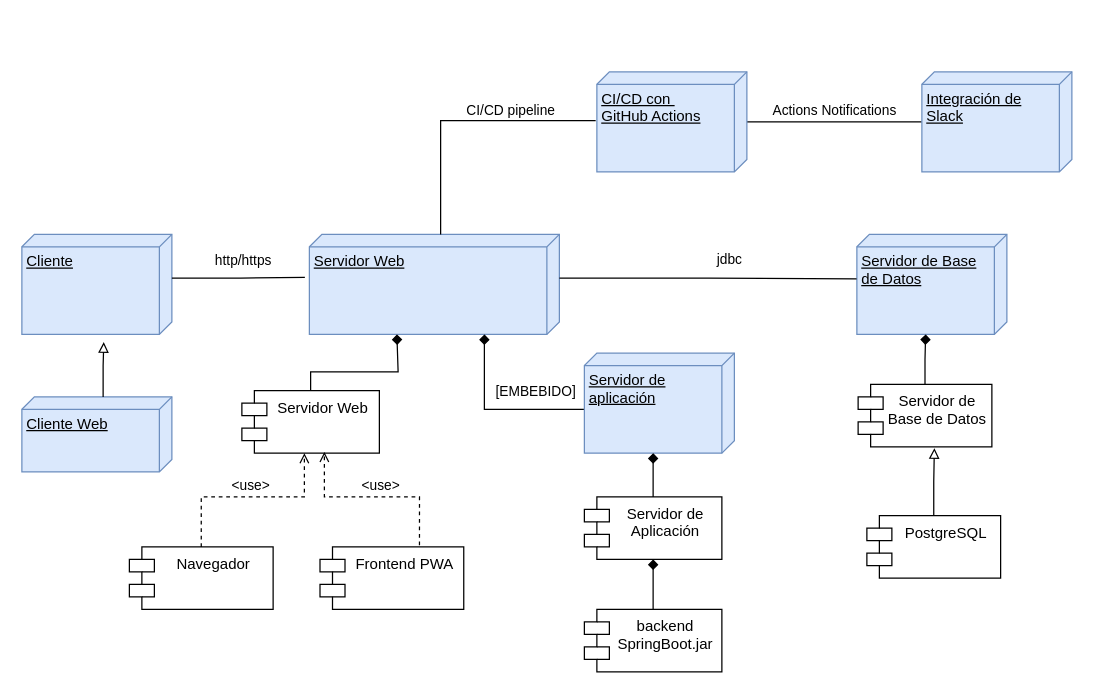
Before: despliegue.drawio in iwvg-hugo/TFM, a draw.io diagram. Source tidied: cells renumbered, new cells numbered last; positions are measured from the earlier drawing's top-left corner, leaving out a move shared by most shapes. Both pictures are drawn from the tidied source at 125%, with x=0, y=0 at pixel (21, 71).
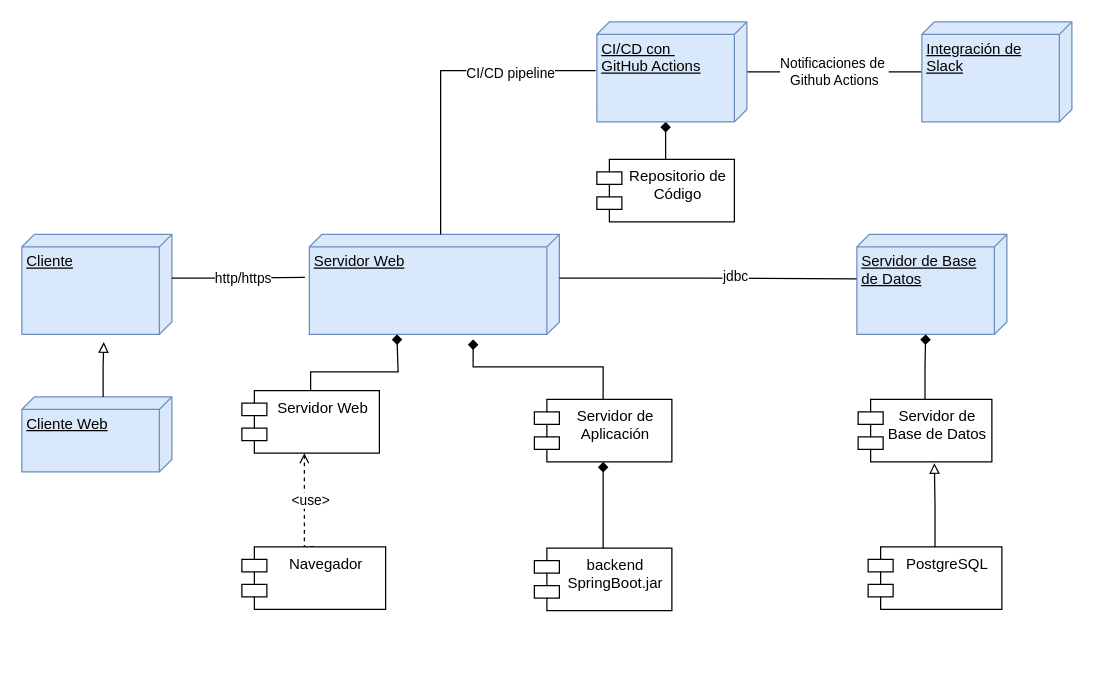
After the change.

The change refers to these unchanged cells:
```xml
<mxCell id="2" value="Servidor Web" style="shape=module;align=left;spacingLeft=20;align=center;verticalAlign=top;whiteSpace=wrap;html=1;" parent="1" vertex="1">
  <mxGeometry x="176" y="255" width="110" height="50" as="geometry" />
</mxCell>
<mxCell id="4" value="Servidor Web" style="verticalAlign=top;align=left;spacingTop=8;spacingLeft=2;spacingRight=12;shape=cube;size=10;direction=south;fontStyle=4;html=1;whiteSpace=wrap;fillColor=#dae8fc;strokeColor=#6c8ebf;" parent="1" vertex="1">
  <mxGeometry x="230" y="130" width="200" height="80" as="geometry" />
</mxCell>
<mxCell id="16" style="edgeStyle=orthogonalEdgeStyle;rounded=0;jettySize=auto;html=1;endArrow=none;endFill=0;" parent="1" edge="1" source="18" target="22">
  <mxGeometry relative="1" as="geometry" />
</mxCell>
<mxCell id="23" style="edgeStyle=orthogonalEdgeStyle;rounded=0;jettySize=auto;html=1;exitX=0;exitY=0;exitDx=35;exitDy=0;exitPerimeter=0;entryX=0.43;entryY=1.018;entryDx=0;entryDy=0;entryPerimeter=0;endArrow=none;endFill=0;" parent="1" edge="1" source="3" target="4">
  <mxGeometry relative="1" as="geometry" />
</mxCell>
<mxCell id="25" style="edgeStyle=orthogonalEdgeStyle;rounded=0;jettySize=auto;html=1;exitX=0;exitY=0;exitDx=35;exitDy=0;exitPerimeter=0;entryX=0.445;entryY=1.002;entryDx=0;entryDy=0;entryPerimeter=0;endArrow=none;endFill=0;" parent="1" edge="1" source="4" target="5">
  <mxGeometry relative="1" as="geometry" />
</mxCell>
<mxCell id="32" style="edgeStyle=orthogonalEdgeStyle;rounded=0;jettySize=auto;html=1;exitX=0;exitY=0;exitDx=0;exitDy=95;exitPerimeter=0;entryX=0.488;entryY=1.008;entryDx=0;entryDy=0;entryPerimeter=0;endArrow=none;endFill=0;" parent="1" edge="1" source="4" target="18">
  <mxGeometry relative="1" as="geometry" />
</mxCell>
```

Change to the diagram source:
```diff
@@
-    <mxCell id="6" style="edgeStyle=orthogonalEdgeStyle;rounded=0;jettySize=auto;html=1;exitX=0.692;exitY=-0.027;exitDx=0;exitDy=0;dashed=1;endArrow=open;endFill=0;entryX=0.6;entryY=0.98;entryDx=0;entryDy=0;exitPerimeter=0;entryPerimeter=0;" parent="1" edge="1" source="8" target="2">
-      <mxGeometry relative="1" as="geometry">
-        <Array as="points">
-          <mxPoint x="318" y="340" />
-          <mxPoint x="242" y="340" />
-        </Array>
-      </mxGeometry>
-    </mxCell>
-    <mxCell id="7" value="&amp;lt;use&amp;gt;" style="edgeLabel;html=1;align=center;verticalAlign=middle;" parent="6" vertex="1">
-      <mxGeometry x="-0.41" y="-1" relative="1" as="geometry">
-        <mxPoint x="-26" y="-9" as="offset" />
-      </mxGeometry>
-    </mxCell>
-    <mxCell id="8" value="Frontend PWA" style="shape=module;align=left;spacingLeft=20;align=center;verticalAlign=top;whiteSpace=wrap;html=1;" parent="1" vertex="1">
-      <mxGeometry x="238.5" y="380" width="115" height="50" as="geometry" />
-    </mxCell>
@@
     <mxCell id="10" value="Servidor de Base de Datos" style="shape=module;align=left;spacingLeft=20;align=center;verticalAlign=top;whiteSpace=wrap;html=1;" parent="1" vertex="1">
-      <mxGeometry x="669" y="250" width="107" height="50" as="geometry" />
+      <mxGeometry x="669" y="262" width="107" height="50" as="geometry" />
     </mxCell>
     <mxCell id="11" value="PostgreSQL" style="shape=module;align=left;spacingLeft=20;align=center;verticalAlign=top;whiteSpace=wrap;html=1;" parent="1" vertex="1">
-      <mxGeometry x="676" y="355" width="107" height="50" as="geometry" />
+      <mxGeometry x="677" y="380" width="107" height="50" as="geometry" />
     </mxCell>
@@
     <mxCell id="13" style="edgeStyle=orthogonalEdgeStyle;rounded=0;jettySize=auto;html=1;exitX=0.5;exitY=0;exitDx=0;exitDy=0;dashed=1;endArrow=open;endFill=0;" parent="1" edge="1" source="15">
       <mxGeometry relative="1" as="geometry">
         <mxPoint x="226" y="305" as="targetPoint" />
         <Array as="points">
-          <mxPoint x="144" y="340" />
-          <mxPoint x="226" y="340" />
+          <mxPoint x="226" y="380" />
         </Array>
       </mxGeometry>
     </mxCell>
     <mxCell id="14" value="&amp;lt;use&amp;gt;" style="edgeLabel;html=1;align=center;verticalAlign=middle;" parent="13" vertex="1">
       <mxGeometry x="0.13" y="1" relative="1" as="geometry">
-        <mxPoint x="-10" y="-9" as="offset" />
+        <mxPoint x="5" y="2" as="offset" />
       </mxGeometry>
     </mxCell>
     <mxCell id="15" value="Navegador" style="shape=module;align=left;spacingLeft=20;align=center;verticalAlign=top;whiteSpace=wrap;html=1;" parent="1" vertex="1">
-      <mxGeometry x="86" y="380" width="115" height="50" as="geometry" />
+      <mxGeometry x="176" y="380" width="115" height="50" as="geometry" />
     </mxCell>
@@
-    <mxCell id="17" value="Actions Notifications" style="edgeLabel;html=1;align=center;verticalAlign=middle;" parent="16" vertex="1">
+    <mxCell id="17" value="Notificaciones de&amp;nbsp;&lt;div&gt;Github Actions&lt;/div&gt;" style="edgeLabel;html=1;align=center;verticalAlign=middle;" parent="16" vertex="1">
       <mxGeometry x="-0.1" y="-2" relative="1" as="geometry">
-        <mxPoint x="6" y="-12" as="offset" />
+        <mxPoint x="6" y="-3" as="offset" />
       </mxGeometry>
     </mxCell>
+    <mxCell id="36" style="edgeStyle=orthogonalEdgeStyle;rounded=0;jettySize=auto;html=1;exitX=0;exitY=0;exitDx=80;exitDy=65;exitPerimeter=0;entryX=0.5;entryY=0;entryDx=0;entryDy=0;endArrow=none;endFill=0;startArrow=diamond;startFill=1;" parent="1" edge="1" source="18" target="37">
+      <mxGeometry relative="1" as="geometry" />
+    </mxCell>
     <mxCell id="18" value="CI/CD con&amp;nbsp;&lt;div&gt;GitHub Actions&lt;/div&gt;" style="verticalAlign=top;align=left;spacingTop=8;spacingLeft=2;spacingRight=12;shape=cube;size=10;direction=south;fontStyle=4;html=1;whiteSpace=wrap;fillColor=#dae8fc;strokeColor=#6c8ebf;" parent="1" vertex="1">
-      <mxGeometry x="460" width="120" height="80" as="geometry" />
+      <mxGeometry x="460" y="-40" width="120" height="80" as="geometry" />
     </mxCell>
-    <mxCell id="19" style="edgeStyle=orthogonalEdgeStyle;rounded=0;jettySize=auto;html=1;endArrow=diamond;endFill=1;exitX=0;exitY=0;exitDx=45;exitDy=120;exitPerimeter=0;" parent="1" edge="1" source="21">
-      <mxGeometry relative="1" as="geometry">
-        <mxPoint x="370" y="210" as="targetPoint" />
-        <Array as="points">
-          <mxPoint x="370" y="270" />
-        </Array>
-      </mxGeometry>
-    </mxCell>
-    <mxCell id="20" value="[EMBEBIDO]" style="edgeLabel;html=1;align=center;verticalAlign=middle;" parent="19" vertex="1">
-      <mxGeometry x="-0.39" y="1" relative="1" as="geometry">
-        <mxPoint x="3" y="-16" as="offset" />
-      </mxGeometry>
-    </mxCell>
-    <mxCell id="21" value="Servidor de aplicación" style="verticalAlign=top;align=left;spacingTop=8;spacingLeft=2;spacingRight=12;shape=cube;size=10;direction=south;fontStyle=4;html=1;whiteSpace=wrap;fillColor=#dae8fc;strokeColor=#6c8ebf;" parent="1" vertex="1">
-      <mxGeometry x="450" y="225" width="120" height="80" as="geometry" />
-    </mxCell>
     <mxCell id="22" value="Integración de Slack&lt;div&gt;&lt;br&gt;&lt;/div&gt;" style="verticalAlign=top;align=left;spacingTop=8;spacingLeft=2;spacingRight=12;shape=cube;size=10;direction=south;fontStyle=4;html=1;whiteSpace=wrap;fillColor=#dae8fc;strokeColor=#6c8ebf;" parent="1" vertex="1">
-      <mxGeometry x="720" width="120" height="80" as="geometry" />
+      <mxGeometry x="720" y="-40" width="120" height="80" as="geometry" />
     </mxCell>
@@
     <mxCell id="24" value="http/https" style="edgeLabel;html=1;align=center;verticalAlign=middle;" parent="23" vertex="1">
       <mxGeometry x="-0.01" y="-2" relative="1" as="geometry">
-        <mxPoint x="3" y="-17" as="offset" />
+        <mxPoint x="3" y="-3" as="offset" />
       </mxGeometry>
     </mxCell>
@@
     <mxCell id="26" value="jdbc" style="edgeLabel;html=1;align=center;verticalAlign=middle;" parent="25" vertex="1">
       <mxGeometry x="0.29" relative="1" as="geometry">
-        <mxPoint x="-18" y="-16" as="offset" />
+        <mxPoint x="-13" y="-2" as="offset" />
       </mxGeometry>
     </mxCell>
@@
     <mxCell id="31" value="backend&lt;div&gt;SpringBoot.jar&lt;/div&gt;" style="shape=module;align=left;spacingLeft=20;align=center;verticalAlign=top;whiteSpace=wrap;html=1;" parent="1" vertex="1">
-      <mxGeometry x="450" y="430" width="110" height="50" as="geometry" />
+      <mxGeometry x="410" y="381" width="110" height="50" as="geometry" />
     </mxCell>
@@
     <mxCell id="33" value="CI/CD pipeline" style="edgeLabel;html=1;align=center;verticalAlign=middle;" parent="32" vertex="1">
       <mxGeometry x="0.12" y="2" relative="1" as="geometry">
-        <mxPoint x="26" y="-7" as="offset" />
+        <mxPoint x="43" y="3" as="offset" />
       </mxGeometry>
     </mxCell>
     <mxCell id="34" value="Servidor de Aplicación" style="shape=module;align=left;spacingLeft=20;align=center;verticalAlign=top;whiteSpace=wrap;html=1;" parent="1" vertex="1">
-      <mxGeometry x="450" y="340" width="110" height="50" as="geometry" />
+      <mxGeometry x="410" y="262" width="110" height="50" as="geometry" />
     </mxCell>
-    <mxCell id="35" style="edgeStyle=orthogonalEdgeStyle;rounded=0;jettySize=auto;html=1;exitX=0.5;exitY=0;exitDx=0;exitDy=0;entryX=0;entryY=0;entryDx=80;entryDy=65;entryPerimeter=0;endArrow=diamond;endFill=1;" parent="1" edge="1" source="34" target="21">
+    <mxCell id="35" style="edgeStyle=orthogonalEdgeStyle;rounded=0;jettySize=auto;html=1;exitX=0.5;exitY=0;exitDx=0;exitDy=0;entryX=1.05;entryY=0.345;entryDx=0;entryDy=0;entryPerimeter=0;endArrow=diamond;endFill=1;" parent="1" edge="1" source="34" target="4">
       <mxGeometry relative="1" as="geometry" />
     </mxCell>
+    <mxCell id="37" value="Repositorio de Código" style="shape=module;align=left;spacingLeft=20;align=center;verticalAlign=top;whiteSpace=wrap;html=1;" parent="1" vertex="1">
+      <mxGeometry x="460" y="70" width="110" height="50" as="geometry" />
+    </mxCell>
```
